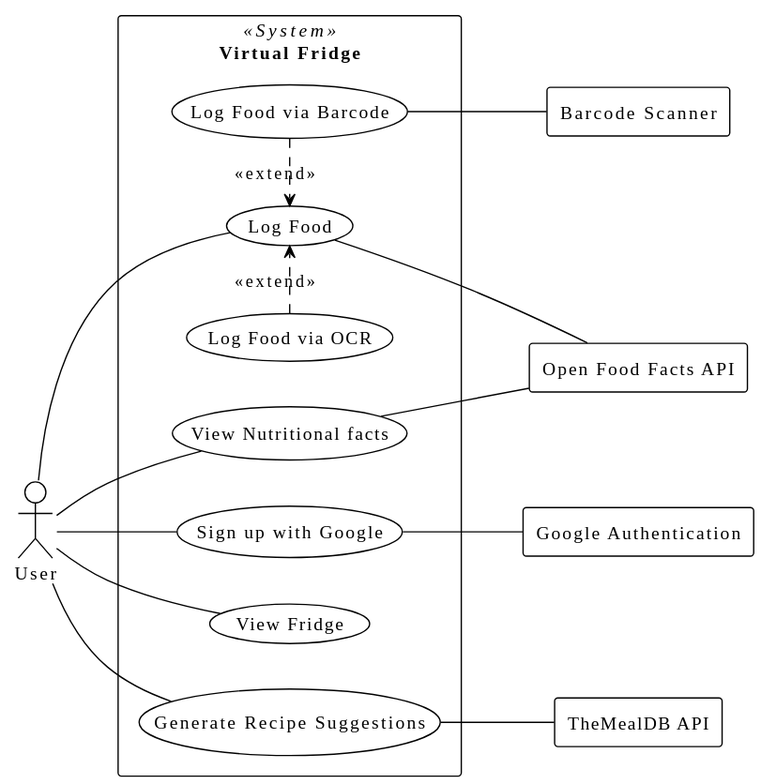
The PlantUML diagram documentation/images/usecase.svg in virtualfridge/virtualfridge, before a commit. The source it was exported from:
```plantuml
@startuml
!theme plain
left to right direction
actor User
rectangle "Virtual Fridge" << System >> {
  usecase logOcr as "Log Food via OCR"
  usecase logFood as "Log Food"
  usecase logBarcode as "Log Food via Barcode"


  logBarcode .> logFood : << extend >>
  logOcr .> logFood: << extend >>

  usecase viewNutrition as "View Nutritional facts"
  usecase signUp as "Sign up with Google"
  usecase viewFridge as "View Fridge"
  usecase generateRecipes as "Generate Recipe Suggestions"
}
User -- signUp
User -- logFood
User -- viewFridge
User -- generateRecipes
User -- viewNutrition
rectangle openFoodFacts as "Open Food Facts API"
rectangle googleAuth as "Google Authentication"
rectangle recipeApi as "TheMealDB API"
rectangle barcodeScanner as "Barcode Scanner"
generateRecipes -- recipeApi
viewNutrition -- openFoodFacts
signUp -- googleAuth
logBarcode -- barcodeScanner
logFood -- openFoodFacts
@enduml
```
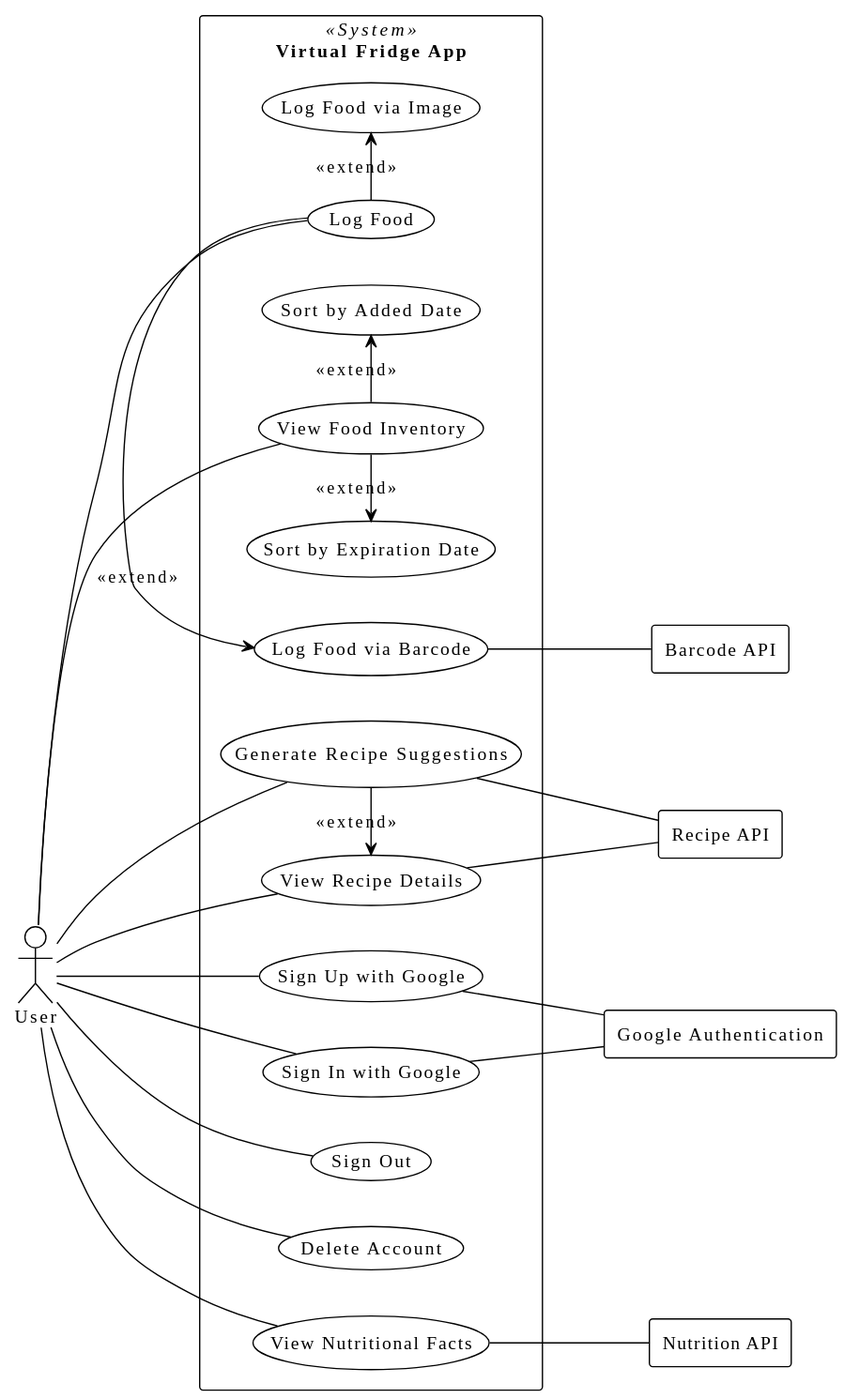
The same diagram one commit later.

Diff of the diagram source:
```diff
@@ -1,33 +1,54 @@
 @startuml
 !theme plain
 left to right direction
+
 actor User
-rectangle "Virtual Fridge" << System >> {
-  usecase logOcr as "Log Food via OCR"
+
+rectangle "Virtual Fridge App" << System >> {
+  usecase signUp as "Sign Up with Google"
+  usecase signIn as "Sign In with Google"
+  usecase signOut as "Sign Out"
+  usecase deleteAccount as "Delete Account"
+
   usecase logFood as "Log Food"
   usecase logBarcode as "Log Food via Barcode"
+  usecase logImage as "Log Food via Image"
 
+  usecase viewInventory as "View Food Inventory"
+  usecase sortExp as "Sort by Expiration Date"
+  usecase sortAdded as "Sort by Added Date"
 
-  logBarcode .> logFood : << extend >>
-  logOcr .> logFood: << extend >>
+  usecase genRecipes as "Generate Recipe Suggestions"
+  usecase viewRecipe as "View Recipe Details"
+  usecase viewNutrition as "View Nutritional Facts"
 
-  usecase viewNutrition as "View Nutritional facts"
-  usecase signUp as "Sign up with Google"
-  usecase viewFridge as "View Fridge"
-  usecase generateRecipes as "Generate Recipe Suggestions"
+  logFood -left-> logBarcode : <<extend>>
+  logFood -right-> logImage : <<extend>>
+
+  viewInventory -left-> sortExp : <<extend>>
+  viewInventory -right-> sortAdded : <<extend>>
+  genRecipes -right-> viewRecipe : <<extend>>
 }
+
+rectangle googleAuth as "Google Authentication"
+rectangle barcodeApi as "Barcode API"
+rectangle recipeApi as "Recipe API"
+rectangle nutritionApi as "Nutrition API"
+
 User -- signUp
+User -- signIn
+User -- signOut
+User -- deleteAccount
 User -- logFood
-User -- viewFridge
-User -- generateRecipes
+User -- viewInventory
+User -- genRecipes
+User -- viewRecipe
 User -- viewNutrition
-rectangle openFoodFacts as "Open Food Facts API"
-rectangle googleAuth as "Google Authentication"
-rectangle recipeApi as "TheMealDB API"
-rectangle barcodeScanner as "Barcode Scanner"
-generateRecipes -- recipeApi
-viewNutrition -- openFoodFacts
+
 signUp -- googleAuth
-logBarcode -- barcodeScanner
-logFood -- openFoodFacts
+signIn -- googleAuth
+logBarcode -- barcodeApi
+genRecipes -- recipeApi
+viewRecipe -- recipeApi
+viewNutrition -- nutritionApi
 @enduml
```
